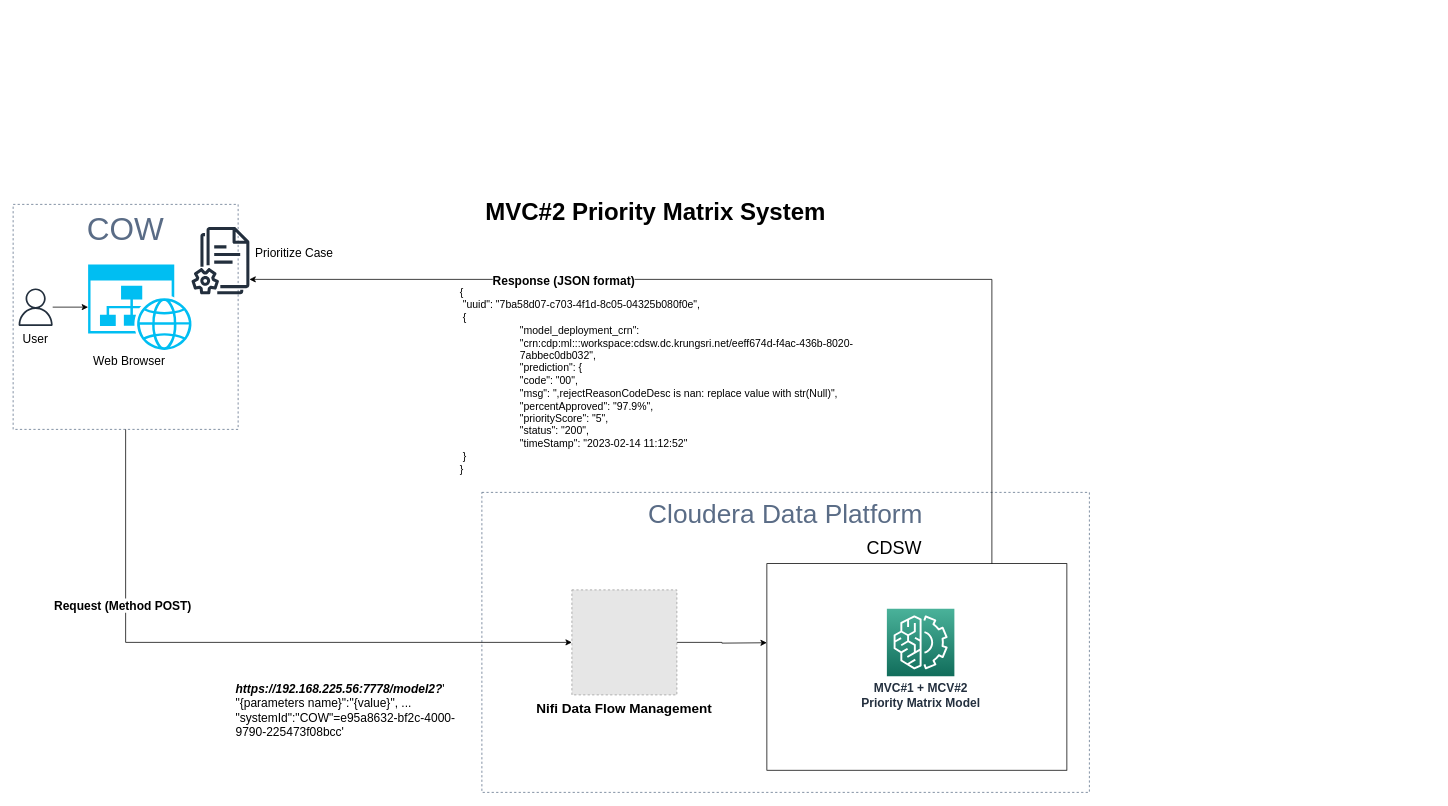
Above: Untitled Diagram.drawio in kencheril/keep (draw.io), before the change. Source tidied: cells renumbered, new cells numbered last; positions are measured from the earlier drawing's top-left corner, leaving out a move shared by most shapes. Both pictures are drawn from the tidied source at 75%, with x=0, y=0 at pixel (13, 189). Pictures stored in the file or linked from it are replaced by grey dashed boxes.
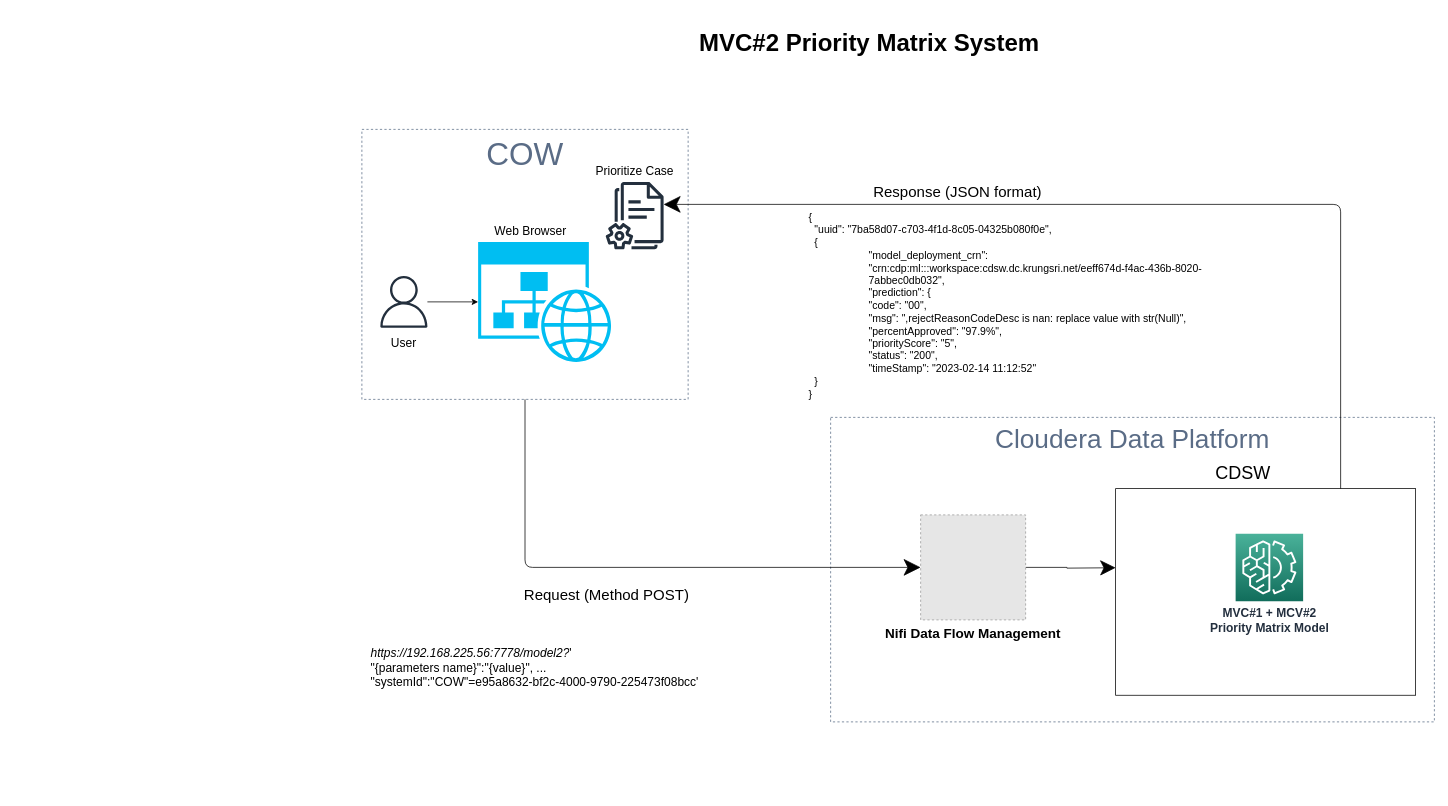
After the change.

Change to the diagram source:
```diff
@@
     <mxCell id="2" value="COW" style="fillColor=none;strokeColor=#5A6C86;dashed=1;verticalAlign=top;fontStyle=0;fontColor=#5A6C86;fontSize=42;" parent="1" vertex="1">
-      <mxGeometry y="20" width="300" height="300" as="geometry" />
+      <mxGeometry x="465" y="-80" width="435" height="360" as="geometry" />
     </mxCell>
     <mxCell id="3" value="Cloudera Data Platform" style="fillColor=none;strokeColor=#5A6C86;dashed=1;verticalAlign=top;fontStyle=0;fontColor=#5A6C86;fontSize=35;" parent="1" vertex="1">
-      <mxGeometry x="625" y="404" width="810" height="400" as="geometry" />
+      <mxGeometry x="1090" y="304" width="805" height="406" as="geometry" />
     </mxCell>
     <mxCell id="4" style="rounded=0;whiteSpace=wrap;html=1;fontSize=16;" parent="1" vertex="1">
-      <mxGeometry x="1005" y="499" width="400" height="275.5" as="geometry" />
+      <mxGeometry x="1470" y="399" width="400" height="275.5" as="geometry" />
     </mxCell>
     <mxCell id="5" style="verticalLabelPosition=bottom;html=1;verticalAlign=top;align=center;strokeColor=none;fillColor=#00BEF2;shape=mxgraph.azure.website_generic;" parent="1" vertex="1">
-      <mxGeometry x="100" y="100" width="140" height="114" as="geometry" />
+      <mxGeometry x="620" y="70" width="180" height="160" as="geometry" />
     </mxCell>
-    <mxCell id="6" style="edgeStyle=orthogonalEdgeStyle;rounded=0;jettySize=auto;html=1;exitX=0.5;exitY=1;exitDx=0;exitDy=0;entryX=0;entryY=0.5;entryDx=0;entryDy=0;fontSize=8;" parent="1" edge="1" source="2" target="12">
+    <mxCell id="6" style="edgeStyle=orthogonalEdgeStyle;jettySize=auto;html=1;exitX=0.5;exitY=1;exitDx=0;exitDy=0;entryX=0;entryY=0.5;entryDx=0;entryDy=0;fontSize=8;spacing=2;endSize=20;rounded=1;" parent="1" edge="1" source="2" target="12">
       <mxGeometry relative="1" as="geometry" />
     </mxCell>
-    <mxCell id="7" value="Request (Method POST)" style="edgeLabel;html=1;align=center;verticalAlign=middle;fontSize=16;fontStyle=1;" parent="6" vertex="1">
+    <mxCell id="7" value="Request (Method POST)" style="edgeLabel;html=1;align=center;verticalAlign=middle;fontSize=20;fontStyle=0;" parent="6" vertex="1">
       <mxGeometry x="-0.61" y="-1" relative="1" as="geometry">
-        <mxPoint x="-4" y="63" as="offset" />
+        <mxPoint x="109" y="112" as="offset" />
       </mxGeometry>
     </mxCell>
-    <mxCell id="8" style="edgeStyle=orthogonalEdgeStyle;rounded=0;jettySize=auto;html=1;fontSize=24;exitX=0.75;exitY=0;exitDx=0;exitDy=0;" parent="1" edge="1" source="4" target="21">
+    <mxCell id="8" style="edgeStyle=orthogonalEdgeStyle;rounded=1;jettySize=auto;html=1;fontSize=24;exitX=0.75;exitY=0;exitDx=0;exitDy=0;endSize=20;" parent="1" edge="1" source="4" target="21">
       <mxGeometry relative="1" as="geometry">
         <Array as="points">
-          <mxPoint x="1305" y="120" />
+          <mxPoint x="1770" y="20" />
         </Array>
       </mxGeometry>
     </mxCell>
-    <mxCell id="9" value="Response (JSON format)" style="edgeLabel;html=1;align=center;verticalAlign=middle;fontSize=16;fontStyle=1;" parent="8" vertex="1">
-      <mxGeometry x="0.39" y="1" relative="1" as="geometry" />
+    <mxCell id="9" value="Response (JSON format)" style="edgeLabel;html=1;align=center;verticalAlign=middle;fontSize=20;fontStyle=0;" parent="8" vertex="1">
+      <mxGeometry x="0.39" y="1" relative="1" as="geometry">
+        <mxPoint y="-20" as="offset" />
+      </mxGeometry>
     </mxCell>
     <mxCell id="10" value="&lt;font style=&quot;font-size: 16px;&quot;&gt;&lt;b&gt;MVC#1 + MCV#2&lt;br&gt;Priority Matrix Model&lt;/b&gt;&lt;/font&gt;" style="sketch=0;fontColor=#232F3E;gradientColor=#4AB29A;gradientDirection=north;fillColor=#116D5B;strokeColor=#ffffff;dashed=0;verticalLabelPosition=bottom;verticalAlign=top;align=center;html=1;fontSize=12;fontStyle=0;shape=mxgraph.aws4.resourceIcon;resIcon=mxgraph.aws4.machine_learning;" parent="1" vertex="1">
-      <mxGeometry x="1165" y="559" width="90" height="90" as="geometry" />
+      <mxGeometry x="1630" y="459" width="90" height="90" as="geometry" />
     </mxCell>
-    <mxCell id="11" style="edgeStyle=orthogonalEdgeStyle;rounded=0;jettySize=auto;html=1;fontSize=23;" parent="1" edge="1" source="12">
+    <mxCell id="11" style="edgeStyle=orthogonalEdgeStyle;rounded=0;jettySize=auto;html=1;fontSize=23;endSize=18;" parent="1" edge="1" source="12">
       <mxGeometry relative="1" as="geometry">
-        <mxPoint x="1005" y="604.5" as="targetPoint" />
+        <mxPoint x="1470" y="504.5" as="targetPoint" />
       </mxGeometry>
     </mxCell>
     <mxCell id="12" value="Nifi Data Flow Management" style="fillColor=#E6E6E6;strokeColor=#999999;dashed=1;verticalLabelPosition=bottom;labelBackgroundColor=default;verticalAlign=top;fontSize=18;fontStyle=1;" parent="1" vertex="1">
-      <mxGeometry x="745" y="534" width="140" height="140" as="geometry" />
+      <mxGeometry x="1210" y="434" width="140" height="140" as="geometry" />
     </mxCell>
     <mxCell id="13" value="Web Browser" style="text;html=1;strokeColor=none;fillColor=none;align=center;verticalAlign=middle;whiteSpace=wrap;rounded=0;fontSize=16;" parent="1" vertex="1">
-      <mxGeometry x="105" y="214" width="100" height="30" as="geometry" />
+      <mxGeometry x="640" y="40" width="100" height="30" as="geometry" />
     </mxCell>
@@
     <mxCell id="15" style="sketch=0;outlineConnect=0;fontColor=#232F3E;gradientColor=none;fillColor=#232F3D;strokeColor=none;dashed=0;verticalLabelPosition=bottom;verticalAlign=top;align=center;html=1;fontSize=12;fontStyle=0;shape=mxgraph.aws4.user;" parent="1" vertex="1">
-      <mxGeometry x="5" y="132" width="50" height="50" as="geometry" />
+      <mxGeometry x="486.5" y="115.5" width="69" height="69" as="geometry" />
     </mxCell>
     <mxCell id="16" value="User" style="text;html=1;strokeColor=none;fillColor=none;align=center;verticalAlign=middle;whiteSpace=wrap;rounded=0;fontSize=16;" parent="1" vertex="1">
-      <mxGeometry y="184" width="60" height="30" as="geometry" />
+      <mxGeometry x="491" y="190" width="60" height="30" as="geometry" />
     </mxCell>
-    <mxCell id="17" value="&lt;br style=&quot;border-color: var(--border-color); font-size: 16px;&quot;&gt;&lt;b&gt;&lt;i&gt;https://192.168.225.56:7778/model2?&lt;/i&gt;&lt;/b&gt;&lt;span style=&quot;background-color: rgb(255, 255, 255); font-size: 16px;&quot;&gt;'&lt;br&gt;&quot;{parameters name}&quot;:&quot;{value}&quot;, ...&lt;br&gt;&lt;/span&gt;&quot;systemId&quot;:&quot;COW&quot;=e95a8632-bf2c-4000-9790-225473f08bcc'" style="text;html=1;strokeColor=none;fillColor=none;align=left;verticalAlign=middle;whiteSpace=wrap;rounded=0;fontSize=16;" parent="1" vertex="1">
-      <mxGeometry x="295" y="594.5" width="305" height="181" as="geometry" />
+    <mxCell id="17" value="&lt;br style=&quot;border-color: var(--border-color); font-size: 16px;&quot;&gt;&lt;i style=&quot;&quot;&gt;https://192.168.225.56:7778/model2?&lt;/i&gt;&lt;span style=&quot;background-color: rgb(255, 255, 255); font-size: 16px;&quot;&gt;'&lt;br&gt;&quot;{parameters name}&quot;:&quot;{value}&quot;, ...&lt;br&gt;&lt;/span&gt;&quot;systemId&quot;:&quot;COW&quot;=e95a8632-bf2c-4000-9790-225473f08bcc'" style="text;html=1;strokeColor=none;fillColor=none;align=left;verticalAlign=middle;whiteSpace=wrap;rounded=0;fontSize=16;" parent="1" vertex="1">
+      <mxGeometry x="475" y="537" width="465" height="181" as="geometry" />
     </mxCell>
     <mxCell id="18" value="CDSW" style="text;html=1;strokeColor=none;fillColor=none;align=center;verticalAlign=middle;whiteSpace=wrap;rounded=0;fontSize=24;" parent="1" vertex="1">
-      <mxGeometry x="1145" y="463.5" width="60" height="30" as="geometry" />
+      <mxGeometry x="1610" y="363.5" width="60" height="30" as="geometry" />
     </mxCell>
     <mxCell id="19" value="&lt;h1&gt;MVC#2 Priority Matrix System&lt;/h1&gt;" style="text;html=1;strokeColor=none;fillColor=none;spacing=5;spacingTop=-20;whiteSpace=wrap;overflow=hidden;rounded=0;fontSize=16;" parent="1" vertex="1">
-      <mxGeometry x="625" width="560" height="70" as="geometry" />
+      <mxGeometry x="910" y="-225" width="560" height="70" as="geometry" />
     </mxCell>
-    <mxCell id="20" value="{&lt;br&gt;&lt;span style=&quot;&quot;&gt; &lt;/span&gt;&lt;span style=&quot;white-space: pre;&quot;&gt; &lt;/span&gt;&quot;uuid&quot;: &quot;7ba58d07-c703-4f1d-8c05-04325b080f0e&quot;,&lt;br&gt;&lt;span style=&quot;background-color: initial;&quot;&gt;&lt;span style=&quot;white-space: pre;&quot;&gt; &lt;/span&gt;{&lt;/span&gt;&lt;br&gt;&lt;blockquote style=&quot;margin: 0 0 0 40px; border: none; padding: 0px;&quot;&gt;&lt;blockquote style=&quot;margin: 0 0 0 40px; border: none; padding: 0px;&quot;&gt;&quot;model_deployment_crn&quot;:&lt;/blockquote&gt;&lt;blockquote style=&quot;margin: 0 0 0 40px; border: none; padding: 0px;&quot;&gt;&quot;crn:cdp:ml:::workspace:cdsw.dc.krungsri.net/eeff674d-f4ac-436b-8020-7abbec0db032&quot;,&lt;/blockquote&gt;&lt;blockquote style=&quot;margin: 0 0 0 40px; border: none; padding: 0px;&quot;&gt;&quot;prediction&quot;: {&lt;/blockquote&gt;&lt;blockquote style=&quot;margin: 0 0 0 40px; border: none; padding: 0px;&quot;&gt;&quot;code&quot;: &quot;00&quot;,&lt;/blockquote&gt;&lt;blockquote style=&quot;margin: 0 0 0 40px; border: none; padding: 0px;&quot;&gt;&quot;msg&quot;: &quot;,rejectReasonCodeDesc is nan: replace value with str(Null)&quot;,&lt;/blockquote&gt;&lt;blockquote style=&quot;margin: 0 0 0 40px; border: none; padding: 0px;&quot;&gt;&quot;percentApproved&quot;: &quot;97.9%&quot;,&lt;/blockquote&gt;&lt;blockquote style=&quot;margin: 0 0 0 40px; border: none; padding: 0px;&quot;&gt;&quot;priorityScore&quot;: &quot;5&quot;,&lt;/blockquote&gt;&lt;blockquote style=&quot;margin: 0 0 0 40px; border: none; padding: 0px;&quot;&gt;&quot;status&quot;: &quot;200&quot;,&lt;/blockquote&gt;&lt;blockquote style=&quot;margin: 0 0 0 40px; border: none; padding: 0px;&quot;&gt;&quot;timeStamp&quot;: &quot;2023-02-14 11:12:52&quot;&lt;/blockquote&gt;&lt;/blockquote&gt;                                                    &lt;span style=&quot;&quot;&gt; &lt;/span&gt;&lt;span style=&quot;white-space: pre;&quot;&gt; &lt;/span&gt;}&lt;br style=&quot;font-size: 14px;&quot;&gt;}" style="text;html=1;strokeColor=none;fillColor=none;align=left;verticalAlign=middle;whiteSpace=wrap;rounded=0;fontSize=14;" parent="1" vertex="1">
-      <mxGeometry x="594" y="170" width="611" height="170" as="geometry" />
+    <mxCell id="20" value="{&lt;br&gt;&lt;span style=&quot;&quot;&gt; &lt;/span&gt;&lt;span style=&quot;white-space: pre;&quot;&gt; &lt;span style=&quot;white-space: pre;&quot;&gt; &lt;/span&gt;&lt;/span&gt;&quot;uuid&quot;: &quot;7ba58d07-c703-4f1d-8c05-04325b080f0e&quot;,&lt;br&gt;&lt;span style=&quot;background-color: initial;&quot;&gt;&lt;span style=&quot;white-space: pre;&quot;&gt; &lt;span style=&quot;white-space: pre;&quot;&gt; &lt;/span&gt;&lt;/span&gt;{&lt;/span&gt;&lt;br&gt;&lt;blockquote style=&quot;margin: 0 0 0 40px; border: none; padding: 0px;&quot;&gt;&lt;blockquote style=&quot;margin: 0 0 0 40px; border: none; padding: 0px;&quot;&gt;&quot;model_deployment_crn&quot;:&lt;/blockquote&gt;&lt;blockquote style=&quot;margin: 0 0 0 40px; border: none; padding: 0px;&quot;&gt;&quot;crn:cdp:ml:::workspace:cdsw.dc.krungsri.net/eeff674d-f4ac-436b-8020-7abbec0db032&quot;,&lt;/blockquote&gt;&lt;blockquote style=&quot;margin: 0 0 0 40px; border: none; padding: 0px;&quot;&gt;&quot;prediction&quot;: {&lt;/blockquote&gt;&lt;blockquote style=&quot;margin: 0 0 0 40px; border: none; padding: 0px;&quot;&gt;&quot;code&quot;: &quot;00&quot;,&lt;/blockquote&gt;&lt;blockquote style=&quot;margin: 0 0 0 40px; border: none; padding: 0px;&quot;&gt;&quot;msg&quot;: &quot;,rejectReasonCodeDesc is nan: replace value with str(Null)&quot;,&lt;/blockquote&gt;&lt;blockquote style=&quot;margin: 0 0 0 40px; border: none; padding: 0px;&quot;&gt;&quot;percentApproved&quot;: &quot;97.9%&quot;,&lt;/blockquote&gt;&lt;blockquote style=&quot;margin: 0 0 0 40px; border: none; padding: 0px;&quot;&gt;&quot;priorityScore&quot;: &quot;5&quot;,&lt;/blockquote&gt;&lt;blockquote style=&quot;margin: 0 0 0 40px; border: none; padding: 0px;&quot;&gt;&quot;status&quot;: &quot;200&quot;,&lt;/blockquote&gt;&lt;blockquote style=&quot;margin: 0 0 0 40px; border: none; padding: 0px;&quot;&gt;&quot;timeStamp&quot;: &quot;2023-02-14 11:12:52&quot;&lt;/blockquote&gt;&lt;/blockquote&gt;                                                    &lt;span style=&quot;&quot;&gt; &lt;/span&gt;&lt;span style=&quot;white-space: pre;&quot;&gt; &lt;span style=&quot;white-space: pre;&quot;&gt; &lt;/span&gt;&lt;/span&gt;}&lt;br style=&quot;font-size: 14px;&quot;&gt;}" style="text;html=1;strokeColor=none;fillColor=none;align=left;verticalAlign=middle;whiteSpace=wrap;rounded=0;fontSize=14;" parent="1" vertex="1">
+      <mxGeometry x="1059" y="70" width="611" height="170" as="geometry" />
     </mxCell>
     <mxCell id="21" style="sketch=0;outlineConnect=0;fontColor=#232F3E;gradientColor=none;fillColor=#232F3D;strokeColor=none;dashed=0;verticalLabelPosition=bottom;verticalAlign=top;align=center;html=1;fontSize=12;fontStyle=0;shape=mxgraph.aws4.documents2;" parent="1" vertex="1">
-      <mxGeometry x="237.7" y="50" width="77.3" height="90" as="geometry" />
+      <mxGeometry x="790" y="-10" width="77.3" height="90" as="geometry" />
     </mxCell>
     <mxCell id="22" value="Prioritize Case" style="text;html=1;strokeColor=none;fillColor=none;align=center;verticalAlign=middle;whiteSpace=wrap;rounded=0;fontSize=16;" parent="1" vertex="1">
-      <mxGeometry x="315" y="70" width="120" height="30" as="geometry" />
+      <mxGeometry x="768.7" y="-40" width="120" height="30" as="geometry" />
     </mxCell>
```
